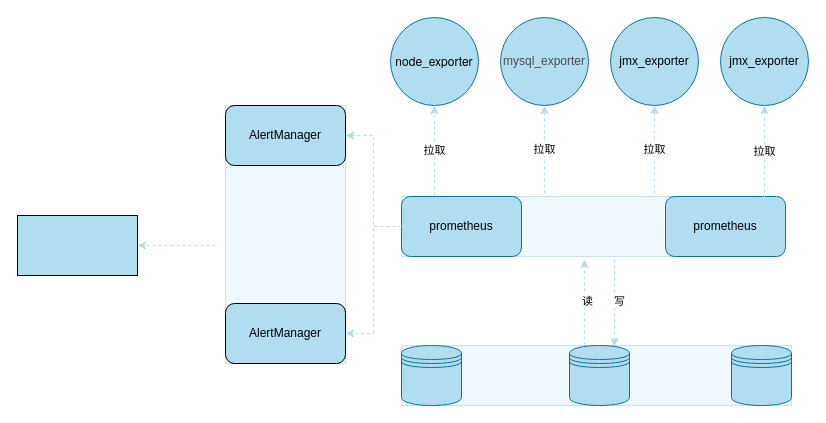
DORcode/admin-demo keeps this draw.io diagram as file/monitor.drawio. Above is the earlier version. Source tidied: cells renumbered, new cells numbered last; positions are measured from the earlier drawing's top-left corner, leaving out a move shared by most shapes. Both pictures are drawn from the tidied source at 100%, with x=0, y=0 at pixel (17, 17).
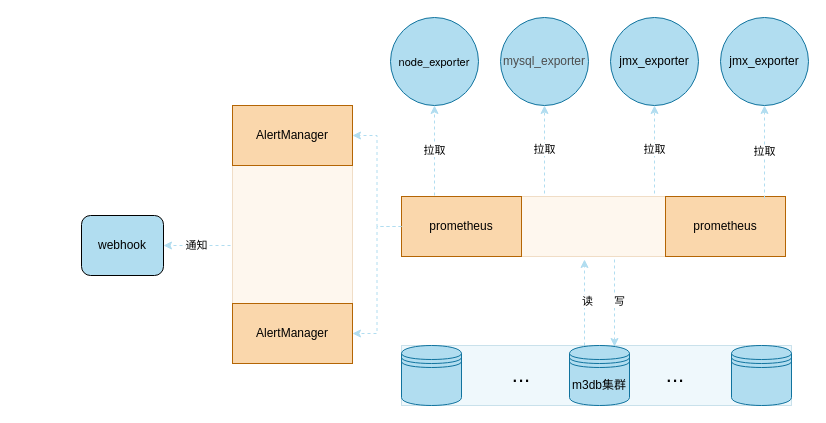
After the change.

Unchanged cells that the change refers to:
```xml
<mxCell id="17" style="group;fillColor=#b1ddf0;strokeColor=#10739e;opacity=20;" parent="1" vertex="1">
  <mxGeometry x="384" y="328" width="390" height="60" as="geometry" />
</mxCell>
```

What changed in the source:
```diff
@@
-    <mxCell id="2" style="group;fillColor=#b1ddf0;strokeColor=#10739e;opacity=20;" parent="1" vertex="1">
+    <mxCell id="2" style="group;fillColor=#fad7ac;strokeColor=#b46504;opacity=20;" parent="1" vertex="1">
       <mxGeometry x="384" y="179" width="362" height="60" as="geometry" />
     </mxCell>
-    <mxCell id="3" value="prometheus" style="rounded=1;whiteSpace=wrap;html=1;fillColor=#b1ddf0;strokeColor=#10739e;" parent="2" vertex="1">
+    <mxCell id="3" value="prometheus" style="rounded=0;whiteSpace=wrap;html=1;fillColor=#fad7ac;strokeColor=#b46504;" parent="2" vertex="1">
       <mxGeometry width="120" height="60" as="geometry" />
     </mxCell>
-    <mxCell id="4" value="&lt;span style=&quot;background-color: rgb(177 , 221 , 240)&quot;&gt;&lt;span style=&quot;color: rgb(0 , 0 , 0) ; font-family: &amp;#34;helvetica&amp;#34; ; font-size: 12px ; font-style: normal ; font-weight: 400 ; letter-spacing: normal ; text-align: center ; text-indent: 0px ; text-transform: none ; word-spacing: 0px ; display: inline ; float: none&quot;&gt;prometheus&lt;/span&gt;&lt;br&gt;&lt;/span&gt;" style="rounded=1;whiteSpace=wrap;html=1;fillColor=#b1ddf0;strokeColor=#10739e;" parent="2" vertex="1">
+    <mxCell id="4" value="&lt;span style=&quot;color: rgb(0 , 0 , 0) ; font-family: &amp;#34;helvetica&amp;#34; ; font-size: 12px ; font-style: normal ; font-weight: 400 ; letter-spacing: normal ; text-align: center ; text-indent: 0px ; text-transform: none ; word-spacing: 0px ; display: inline ; float: none ; background-color: rgb(250 , 215 , 172)&quot;&gt;prometheus&lt;/span&gt;" style="rounded=0;whiteSpace=wrap;html=1;fillColor=#fad7ac;strokeColor=#b46504;" parent="2" vertex="1">
       <mxGeometry x="264" width="120" height="60" as="geometry" />
     </mxCell>
@@
-    <mxCell id="9" value="&lt;span style=&quot;font-family: &amp;#34;helvetica neue&amp;#34; , &amp;#34;helvetica&amp;#34; , &amp;#34;verdana&amp;#34; , &amp;#34;arial&amp;#34; , sans-serif ; text-align: left ; background-color: rgb(177 , 221 , 240)&quot;&gt;node_exporter&lt;/span&gt;" style="ellipse;whiteSpace=wrap;html=1;fillColor=#b1ddf0;strokeColor=#10739e;" parent="1" vertex="1">
+    <mxCell id="9" value="&lt;span style=&quot;font-family: &amp;#34;helvetica neue&amp;#34; , &amp;#34;helvetica&amp;#34; , &amp;#34;verdana&amp;#34; , &amp;#34;arial&amp;#34; , sans-serif ; text-align: left ; background-color: rgb(177 , 221 , 240)&quot;&gt;&lt;font style=&quot;font-size: 11px&quot;&gt;node_exporter&lt;/font&gt;&lt;/span&gt;" style="ellipse;whiteSpace=wrap;html=1;fillColor=#b1ddf0;strokeColor=#10739e;" parent="1" vertex="1">
       <mxGeometry x="373" width="88" height="88" as="geometry" />
     </mxCell>
@@
-    <mxCell id="19" style="shape=datastore;whiteSpace=wrap;html=1;fillColor=#b1ddf0;strokeColor=#10739e;" parent="17" vertex="1">
+    <mxCell id="19" value="m3db集群" style="shape=datastore;whiteSpace=wrap;html=1;fillColor=#b1ddf0;strokeColor=#10739e;" parent="17" vertex="1">
       <mxGeometry x="168" width="60" height="60" as="geometry" />
     </mxCell>
@@
+    <mxCell id="28" value="&lt;font style=&quot;font-size: 22px&quot;&gt;...&lt;/font&gt;" style="text;html=1;strokeColor=none;fillColor=none;align=center;verticalAlign=middle;whiteSpace=wrap;rounded=0;opacity=20;" parent="17" vertex="1">
+      <mxGeometry x="100" y="20" width="40" height="20" as="geometry" />
+    </mxCell>
+    <mxCell id="29" value="&lt;font style=&quot;font-size: 22px&quot;&gt;...&lt;/font&gt;" style="text;html=1;strokeColor=none;fillColor=none;align=center;verticalAlign=middle;whiteSpace=wrap;rounded=0;opacity=20;" parent="17" vertex="1">
+      <mxGeometry x="254" y="20" width="40" height="20" as="geometry" />
+    </mxCell>
@@
-    <mxCell id="23" style="rounded=0;whiteSpace=wrap;html=1;fillColor=#B1DDF0;" parent="1" vertex="1">
-      <mxGeometry y="198" width="120" height="60" as="geometry" />
+    <mxCell id="23" value="webhook" style="rounded=1;whiteSpace=wrap;html=1;fillColor=#B1DDF0;" parent="1" vertex="1">
+      <mxGeometry x="64" y="198" width="82" height="60" as="geometry" />
     </mxCell>
-    <mxCell id="24" style="group;fillColor=#b1ddf0;strokeColor=#10739e;opacity=20;" parent="1" vertex="1">
-      <mxGeometry x="208" y="88" width="120" height="258" as="geometry" />
+    <mxCell id="24" style="group;fillColor=#fad7ac;strokeColor=#b46504;opacity=20;" parent="1" vertex="1">
+      <mxGeometry x="215" y="88" width="120" height="258" as="geometry" />
     </mxCell>
-    <mxCell id="25" value="AlertManager" style="rounded=1;whiteSpace=wrap;html=1;fillColor=#B1DDF0;" parent="24" vertex="1">
+    <mxCell id="25" value="AlertManager" style="rounded=0;whiteSpace=wrap;html=1;fillColor=#fad7ac;strokeColor=#b46504;" parent="24" vertex="1">
       <mxGeometry width="120" height="60" as="geometry" />
     </mxCell>
-    <mxCell id="26" value="AlertManager" style="rounded=1;whiteSpace=wrap;html=1;fillColor=#B1DDF0;" parent="24" vertex="1">
+    <mxCell id="26" value="AlertManager" style="rounded=0;whiteSpace=wrap;html=1;fillColor=#fad7ac;strokeColor=#b46504;" parent="24" vertex="1">
       <mxGeometry y="198" width="120" height="60" as="geometry" />
     </mxCell>
-    <mxCell id="27" style="endArrow=classic;html=1;strokeColor=#B1DDF0;entryX=1;entryY=0.5;entryDx=0;entryDy=0;jumpSize=10;jumpStyle=sharp;dashed=1;" parent="1" edge="1" target="23">
+    <mxCell id="27" value="通知" style="endArrow=classic;html=1;strokeColor=#B1DDF0;entryX=1;entryY=0.5;entryDx=0;entryDy=0;jumpSize=10;jumpStyle=sharp;dashed=1;" parent="1" edge="1" target="23">
       <mxGeometry relative="1" as="geometry">
-        <mxPoint x="198" y="228" as="sourcePoint" />
+        <mxPoint x="213" y="228" as="sourcePoint" />
       </mxGeometry>
     </mxCell>
```
